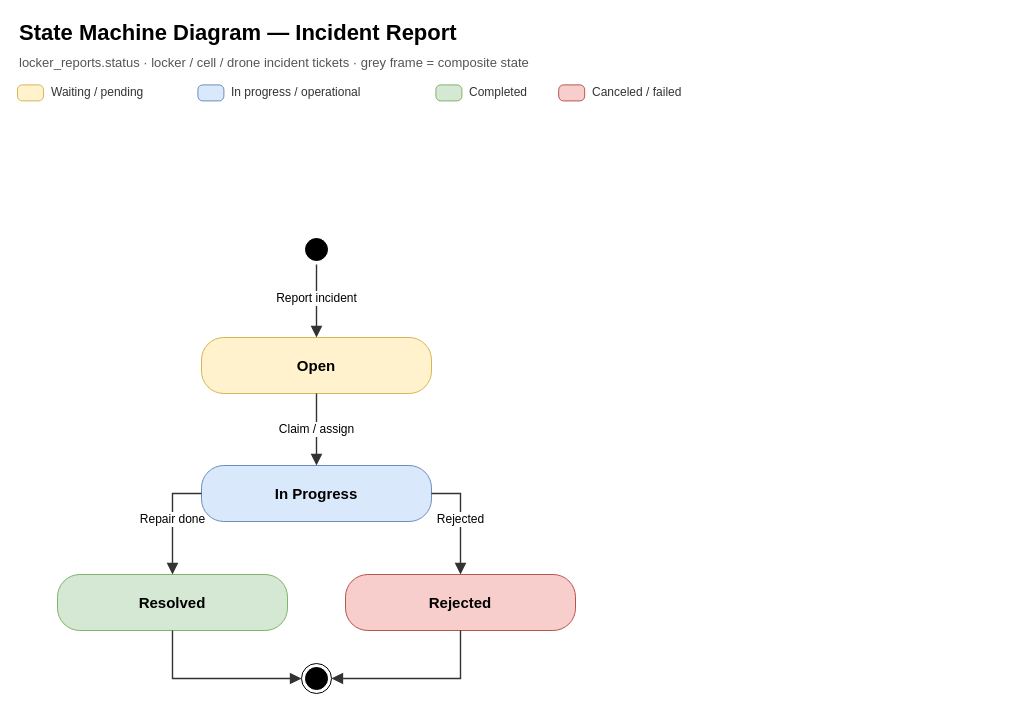
The draw.io diagram rp3/srs-assets/drawio/06j-state-machine-incident-report.drawio in LockR-Tech/docs, before the edit. Source tidied: cells renumbered, new cells numbered last; positions are measured from the earlier drawing's top-left corner, leaving out a move shared by most shapes. Both pictures are drawn from the tidied source at 100%, with x=0, y=0 at pixel (17, 16).
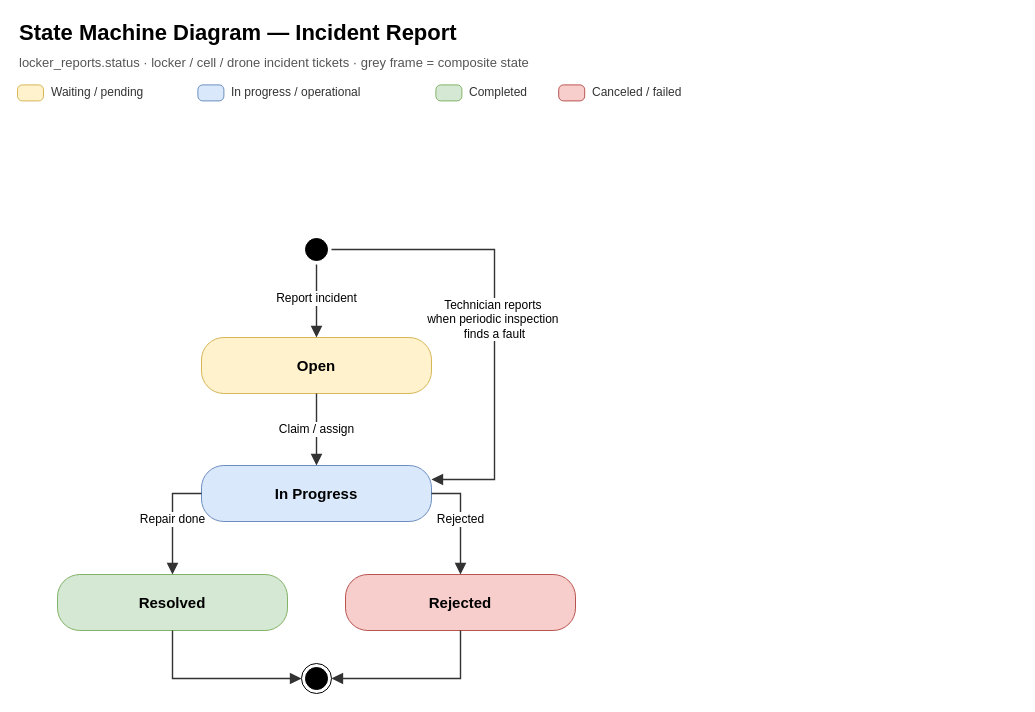
After the change.

Unchanged cells that the change refers to:
```xml
<mxCell id="12" style="ellipse;html=1;shape=startState;fillColor=#000000;strokeColor=#000000;" parent="1" vertex="1">
  <mxGeometry x="284" y="218" width="30" height="30" as="geometry" />
</mxCell>
<mxCell id="14" value="In Progress" style="rounded=1;whiteSpace=wrap;html=1;arcSize=40;fillColor=#DAE8FC;strokeColor=#6C8EBF;fontColor=#000000;fontSize=15;fontStyle=1;" parent="1" vertex="1">
  <mxGeometry x="184" y="449" width="230" height="56" as="geometry" />
</mxCell>
```

Diff of the diagram source:
```diff
@@
+    <mxCell id="24" value="Technician reports&amp;nbsp;&lt;div&gt;when periodic inspection&amp;nbsp;&lt;/div&gt;&lt;div&gt;finds a fault&lt;/div&gt;" style="edgeStyle=orthogonalEdgeStyle;rounded=0;html=1;strokeColor=#333333;strokeWidth=1.4;endArrow=block;endFill=1;endSize=8;fontSize=12;fontColor=#000000;labelBackgroundColor=#FFFFFF;exitX=1;exitY=0.5;exitDx=0;exitDy=0;entryX=1;entryY=0.25;entryDx=0;entryDy=0;" parent="1" edge="1" source="12" target="14">
+      <mxGeometry x="0.02" relative="1" as="geometry">
+        <Array as="points">
+          <mxPoint x="477" y="233" />
+          <mxPoint x="477" y="463" />
+        </Array>
+      </mxGeometry>
+    </mxCell>
```
